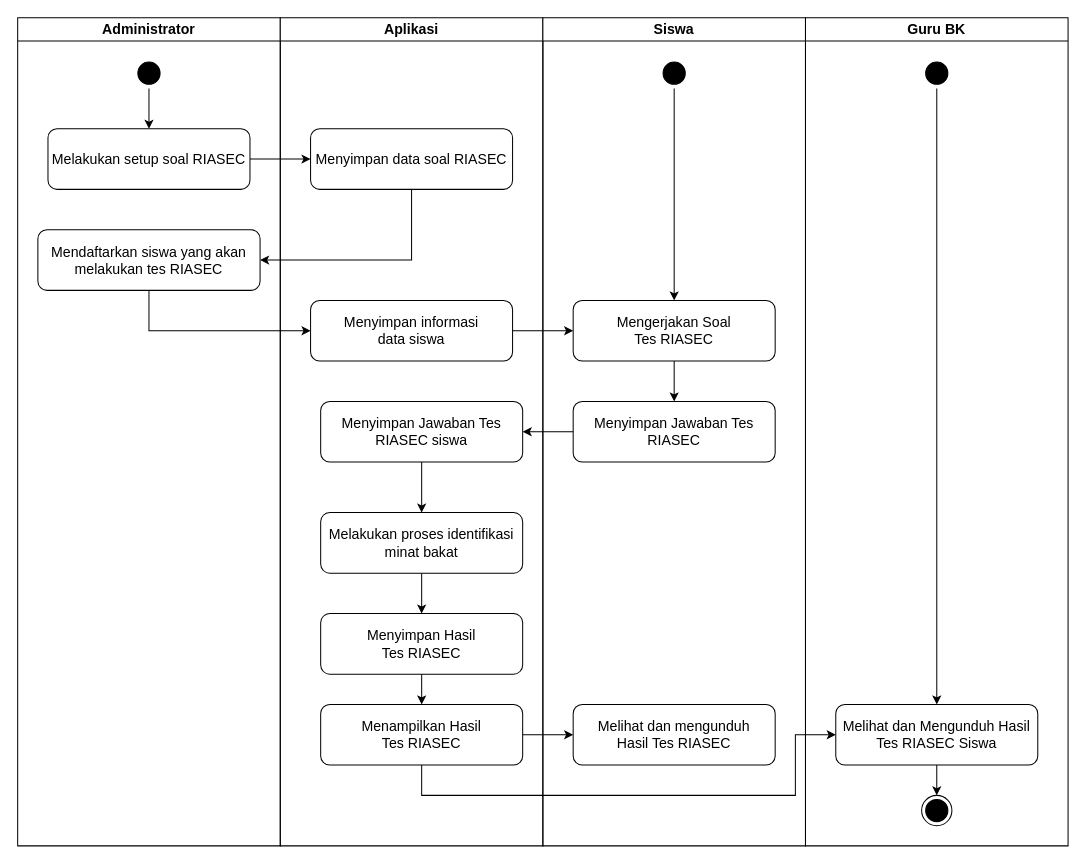
azizarizaldi/draw-io-project keeps this draw.io diagram as page "Page-2" (1 of 2) of Analsis sistem yang berjalan.drawio. Above is the earlier version. Source tidied: cells renumbered, new cells numbered last; positions are measured from the earlier drawing's top-left corner, leaving out a move shared by most shapes. Both pictures are drawn from the tidied source at 101%, with x=0, y=0 at pixel (17, 17).
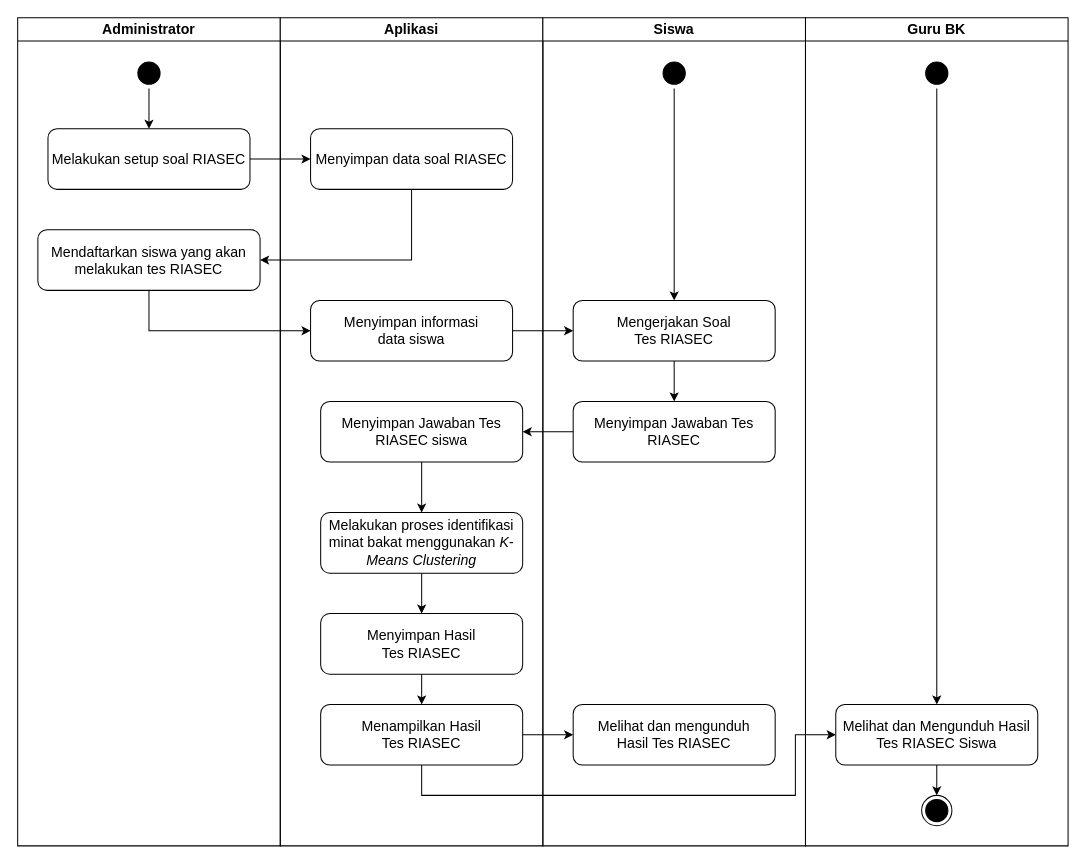
The same page after the edit.

The change refers to these unchanged cells:
```xml
<mxCell id="7" value="&lt;span style=&quot;font-size: 14px;&quot;&gt;Aplikasi&lt;/span&gt;" style="swimlane;whiteSpace=wrap;html=1;" parent="1" vertex="1">
  <mxGeometry x="260" width="260" height="820" as="geometry" />
</mxCell>
```

Diff of the diagram source:
```diff
@@
-    <mxCell id="13" value="&lt;span style=&quot;font-size: 14px;&quot;&gt;Melakukan proses identifikasi minat bakat&lt;/span&gt;" style="rounded=1;whiteSpace=wrap;html=1;" parent="7" vertex="1">
+    <mxCell id="13" value="&lt;span style=&quot;font-size: 14px;&quot;&gt;Melakukan proses identifikasi minat bakat menggunakan &lt;i&gt;K-Means Clustering&lt;/i&gt;&lt;/span&gt;" style="rounded=1;whiteSpace=wrap;html=1;" parent="7" vertex="1">
       <mxGeometry x="40" y="490" width="200" height="60" as="geometry" />
     </mxCell>
```
